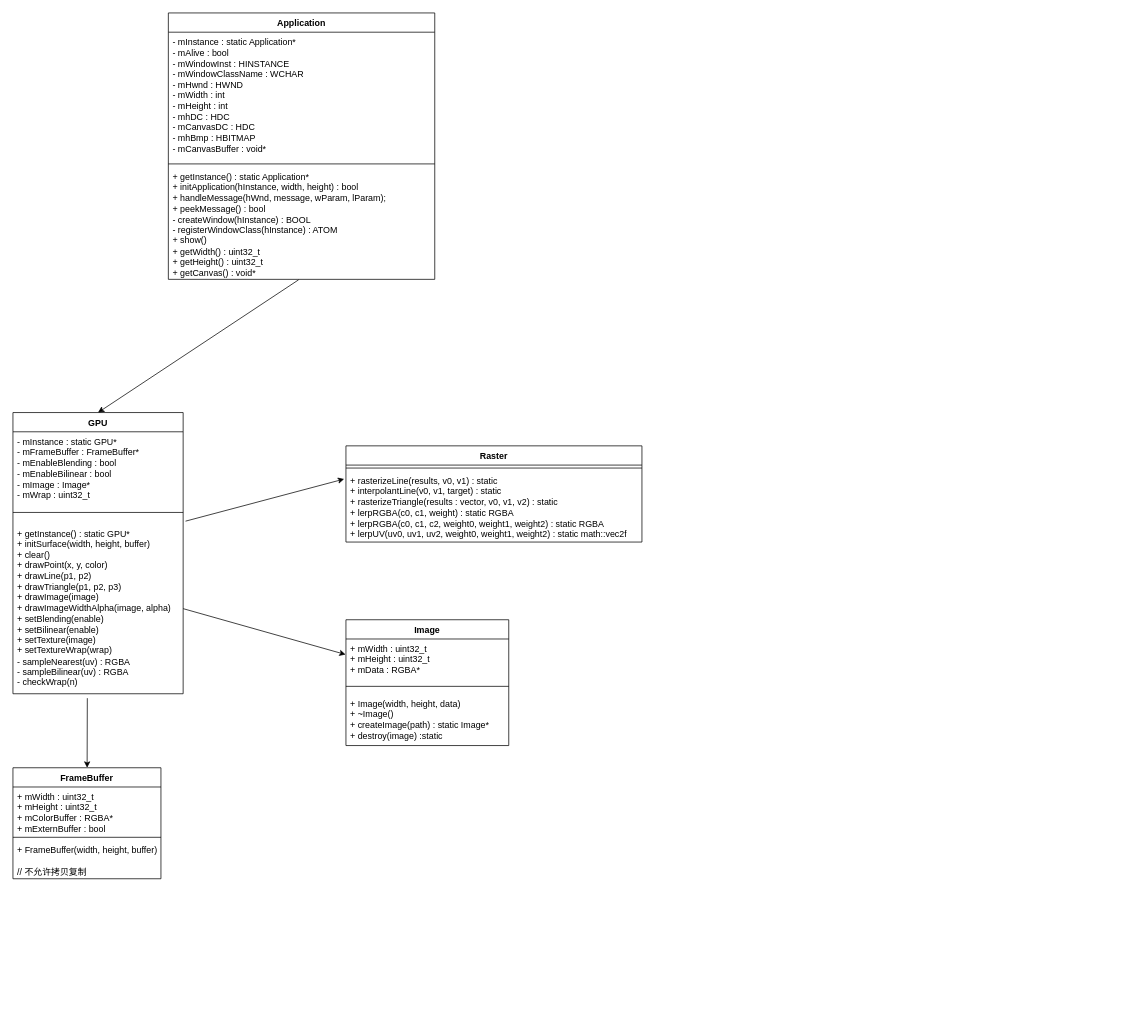
The draw.io diagram application.drawio in MinXingCoder/SoftRenderer, before the edit. Source tidied: cells renumbered, new cells numbered last; positions are measured from the earlier drawing's top-left corner, leaving out a move shared by most shapes. Both pictures are drawn from the tidied source at 74%, with x=0, y=0 at pixel (13, 13).
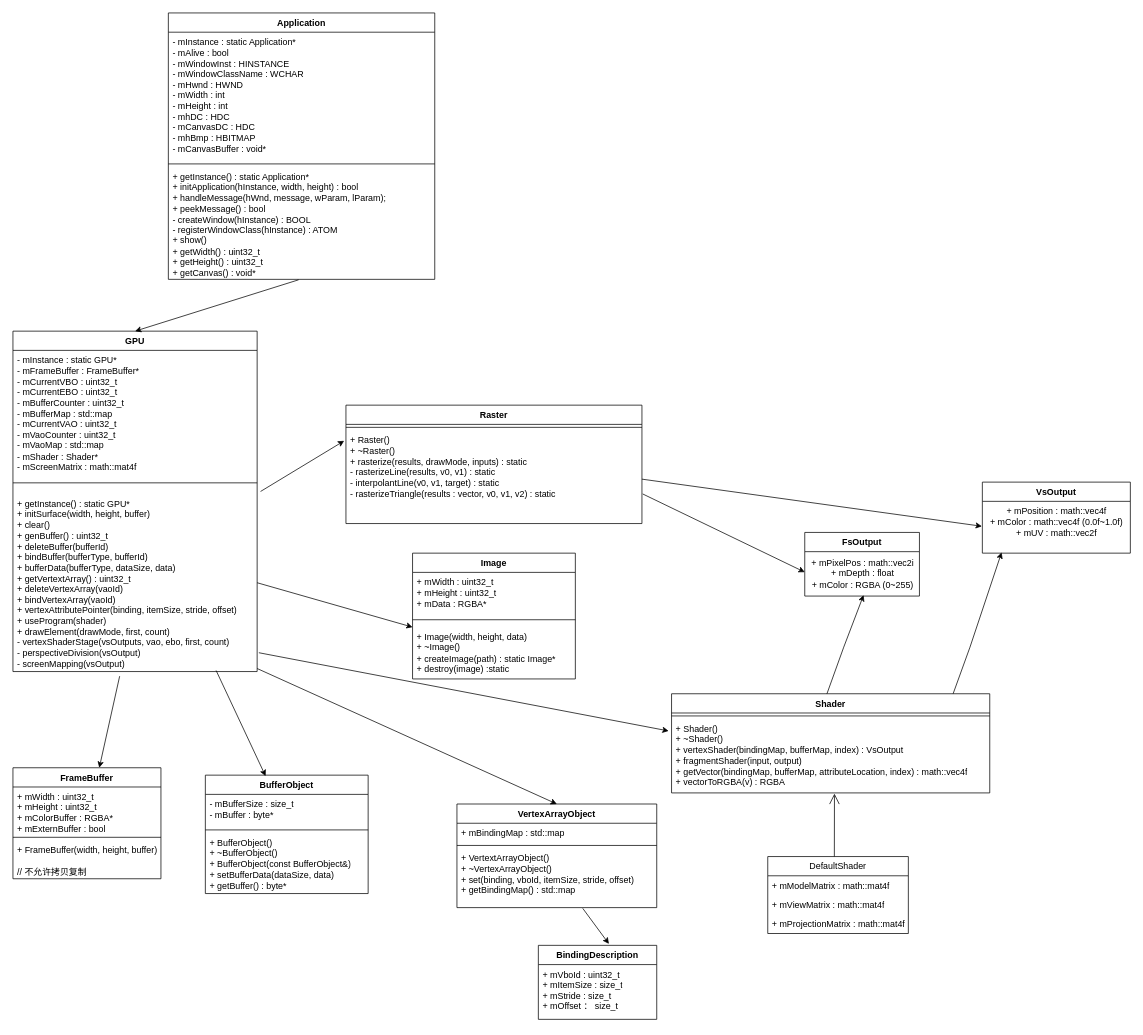
The same diagram, later.

Unchanged cells that the change refers to:
```xml
<mxCell id="21" value="+ mWidth : uint32_t&lt;div&gt;+ mHeight : uint32_t&lt;/div&gt;&lt;div&gt;+ mData : RGBA*&lt;/div&gt;" style="text;strokeColor=none;fillColor=none;align=left;verticalAlign=top;spacingLeft=4;spacingRight=4;overflow=hidden;points=[[0,0.5],[1,0.5]];portConstraint=eastwest;whiteSpace=wrap;html=1;" parent="20" vertex="1">
  <mxGeometry y="26" width="220" height="54" as="geometry" />
</mxCell>
```

What changed in the source:
```diff
@@
     <mxCell id="6" value="GPU" style="swimlane;fontStyle=1;align=center;verticalAlign=top;horizontal=1;startSize=26;whiteSpace=wrap;html=1;" parent="1" vertex="1">
-      <mxGeometry y="540" width="230" height="380" as="geometry" />
+      <mxGeometry y="430" width="330" height="460" as="geometry" />
     </mxCell>
-    <mxCell id="7" value="- mInstance : static GPU*&lt;div&gt;- mFrameBuffer : FrameBuffer*&lt;/div&gt;&lt;div&gt;- mEnableBlending : bool&lt;/div&gt;&lt;div&gt;- mEnableBilinear : bool&lt;/div&gt;&lt;div&gt;- mImage : Image*&lt;/div&gt;&lt;div&gt;- mWrap : uint32_t&lt;/div&gt;" style="text;strokeColor=none;fillColor=none;align=left;verticalAlign=top;spacingLeft=4;spacingRight=4;overflow=hidden;whiteSpace=wrap;html=1;" parent="6" vertex="1">
-      <mxGeometry y="26" width="230" height="94" as="geometry" />
+    <mxCell id="7" value="- mInstance : static GPU*&lt;div&gt;- mFrameBuffer : FrameBuffer*&lt;/div&gt;&lt;div&gt;- mCurrentVBO : uint32_t&lt;/div&gt;&lt;div&gt;- mCurrentEBO : uint32_t&lt;/div&gt;&lt;div&gt;- mBufferCounter : uint32_t&lt;/div&gt;&lt;div&gt;- mBufferMap : std::map&lt;/div&gt;&lt;div&gt;- mCurrentVAO : uint32_t&lt;/div&gt;&lt;div&gt;- mVaoCounter : uint32_t&lt;/div&gt;&lt;div&gt;- mVaoMap : std::map&lt;/div&gt;&lt;div&gt;- mShader : Shader*&lt;/div&gt;&lt;div&gt;- mScreenMatrix : math::mat4f&lt;/div&gt;" style="text;strokeColor=none;fillColor=none;align=left;verticalAlign=top;spacingLeft=4;spacingRight=4;overflow=hidden;whiteSpace=wrap;html=1;" parent="6" vertex="1">
+      <mxGeometry y="26" width="330" height="164" as="geometry" />
     </mxCell>
     <mxCell id="8" style="line;strokeWidth=1;fillColor=none;align=left;verticalAlign=middle;spacingTop=-1;spacingLeft=3;spacingRight=3;labelPosition=right;strokeColor=inherit;" parent="6" vertex="1">
-      <mxGeometry y="120" width="230" height="30" as="geometry" />
+      <mxGeometry y="190" width="330" height="30" as="geometry" />
     </mxCell>
-    <mxCell id="9" value="+ getInstance() : static GPU*&lt;div&gt;+ initSurface(width, height, buffer)&lt;/div&gt;&lt;div&gt;+ clear()&lt;/div&gt;&lt;div&gt;+ drawPoint(x, y, color)&lt;/div&gt;&lt;div&gt;+ drawLine(p1, p2)&lt;/div&gt;&lt;div&gt;+ drawTriangle(p1, p2, p3)&lt;/div&gt;&lt;div&gt;+ drawImage(image)&lt;/div&gt;&lt;div&gt;+ drawImageWidthAlpha(image, alpha)&lt;/div&gt;&lt;div&gt;+ setBlending(enable)&lt;/div&gt;&lt;div&gt;+ setBilinear(enable)&lt;/div&gt;&lt;div&gt;+ setTexture(image)&lt;/div&gt;&lt;div&gt;+ setTextureWrap(wrap)&lt;/div&gt;&lt;div&gt;- sampleNearest(uv) : RGBA&lt;/div&gt;&lt;div&gt;- sampleBilinear(uv) : RGBA&lt;/div&gt;&lt;div&gt;- checkWrap(n)&amp;nbsp;&lt;/div&gt;" style="text;strokeColor=none;fillColor=none;align=left;verticalAlign=top;spacingLeft=4;spacingRight=4;overflow=hidden;points=[[0,0.5],[1,0.5]];portConstraint=eastwest;whiteSpace=wrap;html=1;" parent="6" vertex="1">
-      <mxGeometry y="150" width="230" height="230" as="geometry" />
+    <mxCell id="9" value="+ getInstance() : static GPU*&lt;div&gt;+ initSurface(width, height, buffer)&lt;/div&gt;&lt;div&gt;+ clear()&lt;/div&gt;&lt;div&gt;+ genBuffer() : uint32_t&lt;/div&gt;&lt;div&gt;+ deleteBuffer(bufferId)&lt;/div&gt;&lt;div&gt;+ bindBuffer(bufferType, bufferId)&lt;/div&gt;&lt;div&gt;+ bufferData(bufferType, dataSize, data)&lt;/div&gt;&lt;div&gt;+ getVertextArray() : uint32_t&lt;/div&gt;&lt;div&gt;+ deleteVertexArray(vaoId)&lt;/div&gt;&lt;div&gt;+ bindVertexArray(vaoId)&lt;/div&gt;&lt;div&gt;+ vertexAttributePointer(binding, itemSize, stride, offset)&lt;/div&gt;&lt;div&gt;+ useProgram(shader)&lt;/div&gt;&lt;div&gt;+ drawElement(drawMode, first, count)&lt;/div&gt;&lt;div&gt;- vertexShaderStage(vsOutputs, vao, ebo, first, count)&lt;/div&gt;&lt;div&gt;- perspectiveDivision(vsOutput)&lt;/div&gt;&lt;div&gt;- screenMapping(vsOutput)&lt;/div&gt;" style="text;strokeColor=none;fillColor=none;align=left;verticalAlign=top;spacingLeft=4;spacingRight=4;overflow=hidden;points=[[0,0.5],[1,0.5]];portConstraint=eastwest;whiteSpace=wrap;html=1;" parent="6" vertex="1">
+      <mxGeometry y="220" width="330" height="240" as="geometry" />
     </mxCell>
@@
     <mxCell id="14" value="Raster" style="swimlane;fontStyle=1;align=center;verticalAlign=top;horizontal=1;startSize=26;whiteSpace=wrap;html=1;" parent="1" vertex="1">
-      <mxGeometry x="450" y="585" width="400" height="130" as="geometry" />
+      <mxGeometry x="450" y="530" width="400" height="160" as="geometry" />
     </mxCell>
@@
-    <mxCell id="16" value="+ rasterizeLine(results, v0, v1) : static&lt;div&gt;+ interpolantLine(v0, v1, target) : static&lt;/div&gt;&lt;div&gt;+ rasterizeTriangle(results : vector, v0, v1, v2&lt;span style=&quot;background-color: transparent; color: light-dark(rgb(0, 0, 0), rgb(255, 255, 255));&quot;&gt;) : static&lt;/span&gt;&lt;/div&gt;&lt;div&gt;&lt;span style=&quot;background-color: transparent; color: light-dark(rgb(0, 0, 0), rgb(255, 255, 255));&quot;&gt;+ lerpRGBA(c0, c1, weight) : static RGBA&lt;/span&gt;&lt;/div&gt;&lt;div&gt;&lt;span style=&quot;background-color: transparent; color: light-dark(rgb(0, 0, 0), rgb(255, 255, 255));&quot;&gt;+ lerpRGBA(c0, c1, c2, weight0, weight1, weight2) : static RGBA&lt;/span&gt;&lt;/div&gt;&lt;div&gt;&lt;span style=&quot;background-color: transparent; color: light-dark(rgb(0, 0, 0), rgb(255, 255, 255));&quot;&gt;+ lerpUV(uv0, uv1, uv2, weight0, weight1, weight2) : static math::vec2f&lt;/span&gt;&lt;/div&gt;" style="text;strokeColor=none;fillColor=none;align=left;verticalAlign=top;spacingLeft=4;spacingRight=4;overflow=hidden;points=[[0,0.5],[1,0.5]];portConstraint=eastwest;whiteSpace=wrap;html=1;" parent="14" vertex="1">
-      <mxGeometry y="34" width="400" height="96" as="geometry" />
+    <mxCell id="16" value="&lt;div&gt;+ Raster()&lt;/div&gt;&lt;div&gt;+ ~Raster()&lt;/div&gt;&lt;div&gt;+ rasterize(results, drawMode, inputs) : static&lt;/div&gt;- rasterizeLine(results, v0, v1) : static&lt;div&gt;- interpolantLine(v0, v1, target) : static&lt;/div&gt;&lt;div&gt;- rasterizeTriangle(results : vector, v0, v1, v2&lt;span style=&quot;background-color: transparent; color: light-dark(rgb(0, 0, 0), rgb(255, 255, 255));&quot;&gt;) : static&lt;/span&gt;&lt;/div&gt;&lt;div&gt;&lt;br&gt;&lt;/div&gt;" style="text;strokeColor=none;fillColor=none;align=left;verticalAlign=top;spacingLeft=4;spacingRight=4;overflow=hidden;points=[[0,0.5],[1,0.5]];portConstraint=eastwest;whiteSpace=wrap;html=1;" parent="14" vertex="1">
+      <mxGeometry y="34" width="400" height="126" as="geometry" />
     </mxCell>
@@
     <mxCell id="20" value="Image" style="swimlane;fontStyle=1;align=center;verticalAlign=top;horizontal=1;startSize=26;whiteSpace=wrap;html=1;" parent="1" vertex="1">
-      <mxGeometry x="450" y="820" width="220" height="170" as="geometry" />
+      <mxGeometry x="540" y="730" width="220" height="170" as="geometry" />
     </mxCell>
@@
-    <mxCell id="24" style="endArrow=classic;html=1;rounded=0;exitX=1;exitY=0.5;exitDx=0;exitDy=0;entryX=-0.002;entryY=0.389;entryDx=0;entryDy=0;entryPerimeter=0;" parent="1" edge="1" source="9" target="21">
-      <mxGeometry relative="1" as="geometry" />
-    </mxCell>
+    <mxCell id="25" value="BindingDescription" style="swimlane;fontStyle=1;align=center;verticalAlign=top;horizontal=1;startSize=26;whiteSpace=wrap;html=1;" parent="1" vertex="1">
+      <mxGeometry x="710" y="1260" width="160" height="100" as="geometry" />
+    </mxCell>
+    <mxCell id="26" value="+ mVboId : uint32_t&lt;div&gt;+ mItemSize : size_t&lt;/div&gt;&lt;div&gt;+ mStride : size_t&lt;/div&gt;&lt;div&gt;+ mOffset ： size_t&lt;/div&gt;" style="text;strokeColor=none;fillColor=none;align=left;verticalAlign=top;spacingLeft=4;spacingRight=4;overflow=hidden;whiteSpace=wrap;html=1;" parent="25" vertex="1">
+      <mxGeometry y="26" width="160" height="74" as="geometry" />
+    </mxCell>
+    <mxCell id="27" value="VsOutput" style="swimlane;fontStyle=1;align=center;verticalAlign=top;horizontal=1;startSize=26;whiteSpace=wrap;html=1;" parent="1" vertex="1">
+      <mxGeometry x="1310" y="634" width="200" height="96" as="geometry" />
+    </mxCell>
+    <mxCell id="28" value="+ mPosition : math::vec4f&lt;div&gt;+ mColor : math::vec4f (0.0f~1.0f)&lt;/div&gt;&lt;div&gt;+ mUV : math::vec2f&lt;br&gt;&lt;div&gt;&lt;br&gt;&lt;/div&gt;&lt;/div&gt;" style="text;html=1;align=center;verticalAlign=middle;points=[];strokeColor=none;fillColor=none;" parent="27" vertex="1">
+      <mxGeometry y="26" width="200" height="70" as="geometry" />
+    </mxCell>
+    <mxCell id="29" value="FsOutput" style="swimlane;fontStyle=1;align=center;verticalAlign=top;horizontal=1;startSize=26;whiteSpace=wrap;html=1;" parent="1" vertex="1">
+      <mxGeometry x="1070" y="702" width="155" height="86" as="geometry" />
+    </mxCell>
+    <mxCell id="30" value="&lt;div&gt;&lt;div&gt;+ mPixelPos : math::vec2i&lt;/div&gt;&lt;/div&gt;&lt;div&gt;+ mDepth : float&lt;/div&gt;&lt;div&gt;+ mColor : RGBA (0~255)&lt;/div&gt;" style="text;html=1;align=center;verticalAlign=middle;points=[];strokeColor=none;fillColor=none;" parent="29" vertex="1">
+      <mxGeometry y="26" width="155" height="60" as="geometry" />
+    </mxCell>
+    <mxCell id="31" value="BufferObject" style="swimlane;fontStyle=1;align=center;verticalAlign=top;horizontal=1;startSize=26;whiteSpace=wrap;html=1;" parent="1" vertex="1">
+      <mxGeometry x="260" y="1030" width="220" height="160" as="geometry" />
+    </mxCell>
+    <mxCell id="32" value="- mBufferSize : size_t&lt;div&gt;- mBuffer : byte*&lt;/div&gt;" style="text;strokeColor=none;fillColor=none;align=left;verticalAlign=top;spacingLeft=4;spacingRight=4;overflow=hidden;whiteSpace=wrap;html=1;" parent="31" vertex="1">
+      <mxGeometry y="26" width="220" height="44" as="geometry" />
+    </mxCell>
+    <mxCell id="33" style="line;strokeWidth=1;fillColor=none;align=left;verticalAlign=middle;spacingTop=-1;spacingLeft=3;spacingRight=3;labelPosition=right;strokeColor=inherit;" parent="31" vertex="1">
+      <mxGeometry y="70" width="220" height="8" as="geometry" />
+    </mxCell>
+    <mxCell id="34" value="+ BufferObject()&lt;div&gt;+ ~BufferObject()&lt;/div&gt;&lt;div&gt;+ BufferObject(const BufferObject&amp;amp;)&lt;/div&gt;&lt;div&gt;+ setBufferData(dataSize, data)&lt;/div&gt;&lt;div&gt;+ getBuffer() : byte*&lt;/div&gt;" style="text;strokeColor=none;fillColor=none;align=left;verticalAlign=top;spacingLeft=4;spacingRight=4;overflow=hidden;whiteSpace=wrap;html=1;" parent="31" vertex="1">
+      <mxGeometry y="78" width="220" height="82" as="geometry" />
+    </mxCell>
+    <mxCell id="35" value="VertexArrayObject" style="swimlane;fontStyle=1;align=center;verticalAlign=top;horizontal=1;startSize=26;whiteSpace=wrap;html=1;" parent="1" vertex="1">
+      <mxGeometry x="600" y="1069" width="270" height="140" as="geometry" />
+    </mxCell>
+    <mxCell id="36" value="+ mBindingMap : std::map" style="text;strokeColor=none;fillColor=none;align=left;verticalAlign=top;spacingLeft=4;spacingRight=4;overflow=hidden;whiteSpace=wrap;html=1;" parent="35" vertex="1">
+      <mxGeometry y="26" width="270" height="26" as="geometry" />
+    </mxCell>
+    <mxCell id="37" style="line;strokeWidth=1;fillColor=none;align=left;verticalAlign=middle;spacingTop=-1;spacingLeft=3;spacingRight=3;labelPosition=right;strokeColor=inherit;" parent="35" vertex="1">
+      <mxGeometry y="52" width="270" height="8" as="geometry" />
+    </mxCell>
+    <mxCell id="38" style="endArrow=classic;html=1;rounded=0;entryX=0.596;entryY=-0.02;entryDx=0;entryDy=0;entryPerimeter=0;" parent="35" edge="1" target="25">
+      <mxGeometry relative="1" as="geometry">
+        <mxPoint x="170" y="141" as="sourcePoint" />
+      </mxGeometry>
+    </mxCell>
+    <mxCell id="39" value="+ VertextArrayObject()&lt;div&gt;+ ~VertexArrayObject()&lt;/div&gt;&lt;div&gt;+ set(binding, vboId, itemSize, stride, offset)&lt;/div&gt;&lt;div&gt;+ getBindingMap() : std::map&lt;/div&gt;" style="text;strokeColor=none;fillColor=none;align=left;verticalAlign=top;spacingLeft=4;spacingRight=4;overflow=hidden;whiteSpace=wrap;html=1;" parent="35" vertex="1">
+      <mxGeometry y="60" width="270" height="80" as="geometry" />
+    </mxCell>
+    <mxCell id="40" style="endArrow=classic;html=1;rounded=0;exitX=1;exitY=0.983;exitDx=0;exitDy=0;exitPerimeter=0;entryX=0.5;entryY=0;entryDx=0;entryDy=0;" parent="1" edge="1" source="9" target="35">
+      <mxGeometry relative="1" as="geometry" />
+    </mxCell>
+    <mxCell id="41" style="endArrow=classic;html=1;rounded=0;entryX=0.37;entryY=0.008;entryDx=0;entryDy=0;entryPerimeter=0;exitX=0.832;exitY=0.994;exitDx=0;exitDy=0;exitPerimeter=0;" parent="1" edge="1" source="9" target="31">
+      <mxGeometry relative="1" as="geometry" />
+    </mxCell>
+    <mxCell id="42" style="endArrow=classic;html=1;rounded=0;exitX=1;exitY=0.5;exitDx=0;exitDy=0;" parent="1" edge="1" source="9">
+      <mxGeometry relative="1" as="geometry">
+        <mxPoint x="540" y="830" as="targetPoint" />
+      </mxGeometry>
+    </mxCell>
+    <mxCell id="43" value="Shader" style="swimlane;fontStyle=1;align=center;verticalAlign=top;horizontal=1;startSize=26;whiteSpace=wrap;html=1;" parent="1" vertex="1">
+      <mxGeometry x="890" y="920" width="430" height="134" as="geometry" />
+    </mxCell>
+    <mxCell id="44" style="line;strokeWidth=1;fillColor=none;align=left;verticalAlign=middle;spacingTop=-1;spacingLeft=3;spacingRight=3;labelPosition=right;strokeColor=inherit;" parent="43" vertex="1">
+      <mxGeometry y="26" width="430" height="8" as="geometry" />
+    </mxCell>
+    <mxCell id="45" value="+ Shader()&lt;div&gt;+ ~Shader()&lt;/div&gt;&lt;div&gt;+ vertexShader(bindingMap, bufferMap, index) : VsOutput&lt;/div&gt;&lt;div&gt;+ fragmentShader(input, output)&lt;/div&gt;&lt;div&gt;+ getVector(bindingMap, bufferMap, attributeLocation, index) : math::vec4f&lt;/div&gt;&lt;div&gt;+ vectorToRGBA(v) : RGBA&lt;/div&gt;&lt;div&gt;&lt;br&gt;&lt;/div&gt;" style="text;strokeColor=none;fillColor=none;align=left;verticalAlign=top;spacingLeft=4;spacingRight=4;overflow=hidden;points=[[0,0.5],[1,0.5]];portConstraint=eastwest;whiteSpace=wrap;html=1;" parent="43" vertex="1">
+      <mxGeometry y="34" width="430" height="100" as="geometry" />
+    </mxCell>
+    <mxCell id="46" style="endArrow=classic;html=1;rounded=0;exitX=1.007;exitY=0.894;exitDx=0;exitDy=0;exitPerimeter=0;entryX=-0.009;entryY=0.936;entryDx=0;entryDy=0;entryPerimeter=0;" parent="1" edge="1" source="9">
+      <mxGeometry relative="1" as="geometry">
+        <mxPoint x="886.1" y="970.3" as="targetPoint" />
+      </mxGeometry>
+    </mxCell>
+    <mxCell id="47" value="DefaultShader" style="swimlane;fontStyle=0;horizontal=1;startSize=26;fillColor=none;whiteSpace=wrap;html=1;" parent="1" vertex="1">
+      <mxGeometry x="1020" y="1140" width="190" height="104" as="geometry" />
+    </mxCell>
+    <mxCell id="48" style="endArrow=open;endFill=1;endSize=12;html=1;rounded=0;entryX=0.512;entryY=1.01;entryDx=0;entryDy=0;entryPerimeter=0;" parent="47" edge="1" target="45">
+      <mxGeometry relative="1" as="geometry">
+        <mxPoint x="90" as="sourcePoint" />
+      </mxGeometry>
+    </mxCell>
+    <mxCell id="49" value="+ mModelMatrix : math::mat4f" style="text;strokeColor=none;fillColor=none;align=left;verticalAlign=top;spacingLeft=4;spacingRight=4;overflow=hidden;whiteSpace=wrap;html=1;" parent="47" vertex="1">
+      <mxGeometry y="26" width="190" height="26" as="geometry" />
+    </mxCell>
+    <mxCell id="50" value="+ mViewMatrix : math::mat4f" style="text;strokeColor=none;fillColor=none;align=left;verticalAlign=top;spacingLeft=4;spacingRight=4;overflow=hidden;whiteSpace=wrap;html=1;" parent="47" vertex="1">
+      <mxGeometry y="52" width="190" height="26" as="geometry" />
+    </mxCell>
+    <mxCell id="51" value="+ mProjectionMatrix : math::mat4f" style="text;strokeColor=none;fillColor=none;align=left;verticalAlign=top;spacingLeft=4;spacingRight=4;overflow=hidden;whiteSpace=wrap;html=1;" parent="47" vertex="1">
+      <mxGeometry y="78" width="190" height="26" as="geometry" />
+    </mxCell>
+    <mxCell id="52" style="endArrow=classic;html=1;rounded=0;entryX=-0.003;entryY=0.481;entryDx=0;entryDy=0;entryPerimeter=0;" parent="1" edge="1" target="28">
+      <mxGeometry relative="1" as="geometry">
+        <mxPoint x="850" y="630" as="sourcePoint" />
+      </mxGeometry>
+    </mxCell>
+    <mxCell id="53" style="endArrow=classic;html=1;rounded=0;entryX=0;entryY=0.461;entryDx=0;entryDy=0;entryPerimeter=0;" parent="1" edge="1" target="30">
+      <mxGeometry relative="1" as="geometry">
+        <mxPoint x="851" y="650" as="sourcePoint" />
+      </mxGeometry>
+    </mxCell>
+    <mxCell id="54" style="endArrow=classic;html=1;rounded=0;entryX=0.495;entryY=1.028;entryDx=0;entryDy=0;entryPerimeter=0;exitX=0.482;exitY=0.022;exitDx=0;exitDy=0;exitPerimeter=0;" parent="1" edge="1">
+      <mxGeometry relative="1" as="geometry">
+        <mxPoint x="1100" y="920" as="sourcePoint" />
+        <mxPoint x="1149.5" y="786.7" as="targetPoint" />
+        <Array as="points">
+          <mxPoint x="1122.7" y="857" />
+        </Array>
+      </mxGeometry>
+    </mxCell>
+    <mxCell id="55" style="endArrow=classic;html=1;rounded=0;entryX=0.13;entryY=0.986;entryDx=0;entryDy=0;entryPerimeter=0;exitX=0.482;exitY=0.022;exitDx=0;exitDy=0;exitPerimeter=0;" parent="1" edge="1" target="28">
+      <mxGeometry relative="1" as="geometry">
+        <mxPoint x="1270.5" y="920" as="sourcePoint" />
+        <Array as="points">
+          <mxPoint x="1293.3" y="857" />
+        </Array>
+      </mxGeometry>
+    </mxCell>
```
